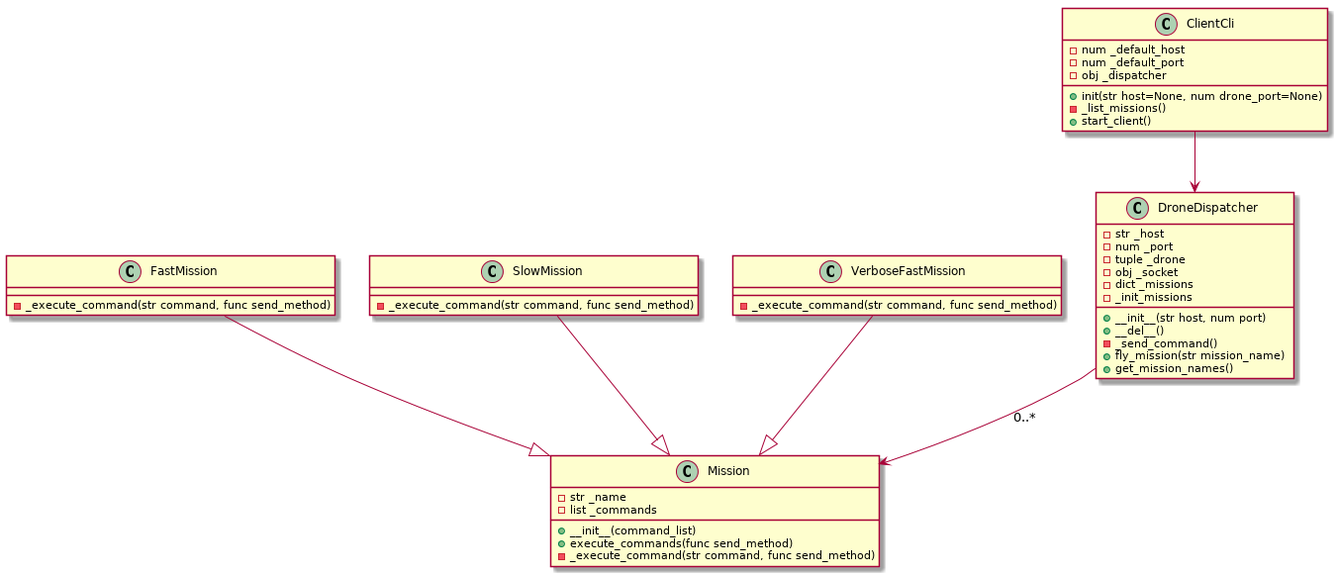
The PlantUML diagram classDiagrams.png in garryjable/telloDrone, before a commit.
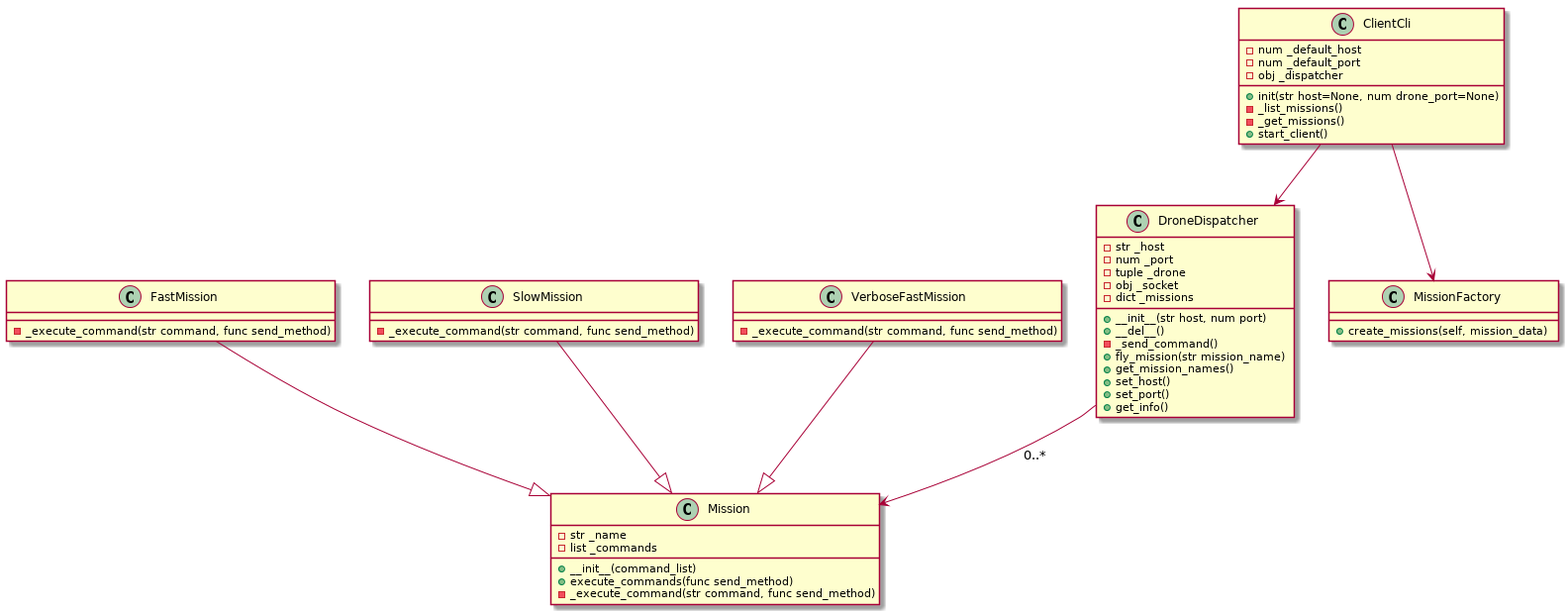
After the commit.

The edit, as a diff of the source:
```diff
@@ -5,6 +5,7 @@
 SlowMission --|> Mission
 VerboseFastMission --|> Mission
 ClientCli --> DroneDispatcher
+ClientCli --> MissionFactory
 
 class DroneDispatcher {
     -str _host
@@ -14,10 +15,18 @@
     -dict _missions
     +__init__(str host, num port)
     +__del__()
-    -_init_missions
     -_send_command()
     +fly_mission(str mission_name)
     +get_mission_names()
+    +set_host()
+    +set_port()
+    +get_info()
+}
+
+class MissionFactory {
+
+    +create_missions(self, mission_data)
+
 }
 
 class Mission {
@@ -47,6 +56,7 @@
 
     +init(str host=None, num drone_port=None)
     -_list_missions()
+    -_get_missions()
     +start_client()
 }
 
```
